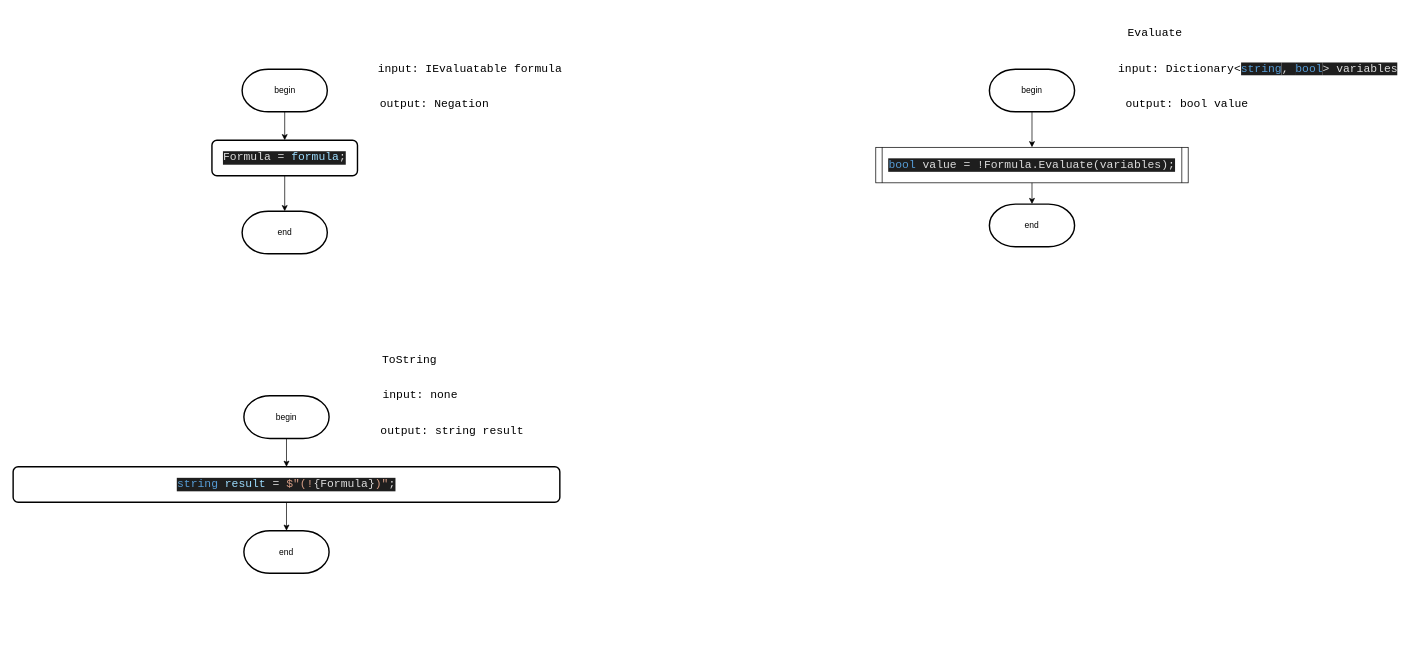
Above: Diagrams/negation.drawio in slavikovics/FictionalVariables (draw.io), before the change. Source tidied: cells renumbered, new cells numbered last; positions are measured from the earlier drawing's top-left corner, leaving out a move shared by most shapes. Both pictures are drawn from the tidied source at 71%, with x=0, y=0 at pixel (13, 12).
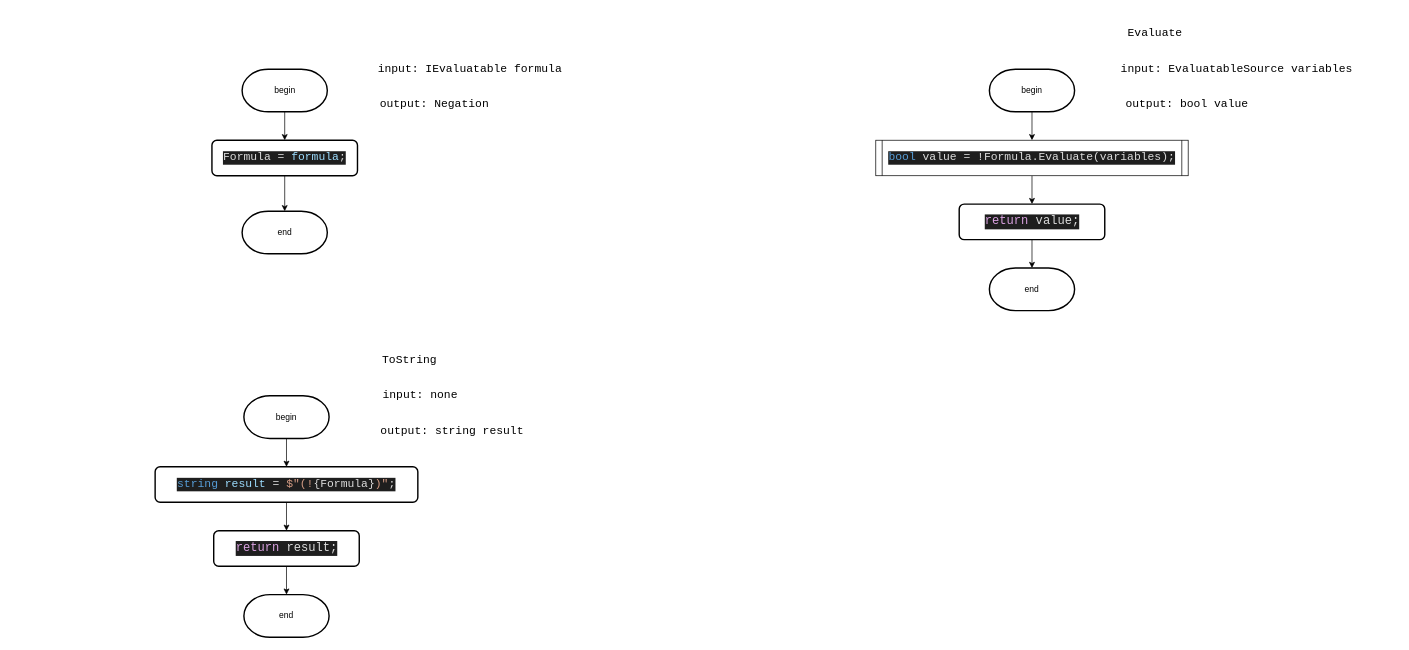
The same diagram, later.

The edit, as a diff of the source:
```diff
@@
-    <mxCell id="12" value="&lt;pre style=&quot;font-family: &amp;quot;JetBrains Mono&amp;quot;, monospace; font-size: 12pt;&quot;&gt;input: Dictionary&amp;lt;&lt;span style=&quot;font-size: 12pt; background-color: rgb(30, 30, 30); white-space-collapse: collapse; color: rgb(86, 156, 214);&quot;&gt;string&lt;/span&gt;&lt;span style=&quot;font-size: 12pt; background-color: rgb(30, 30, 30); color: rgb(220, 220, 220); white-space-collapse: collapse;&quot;&gt;, &lt;/span&gt;&lt;span style=&quot;font-size: 12pt; background-color: rgb(30, 30, 30); white-space-collapse: collapse; color: rgb(86, 156, 214);&quot;&gt;bool&lt;/span&gt;&lt;span style=&quot;font-size: 12pt; background-color: rgb(30, 30, 30); color: rgb(220, 220, 220); white-space-collapse: collapse;&quot;&gt;&amp;gt; variables&lt;/span&gt;&lt;/pre&gt;" style="text;html=1;align=center;verticalAlign=middle;strokeColor=none;fillColor=none;" parent="1" vertex="1">
-      <mxGeometry x="1562.5" y="50" width="380" height="60" as="geometry" />
+    <mxCell id="12" value="&lt;pre style=&quot;font-family: &amp;quot;JetBrains Mono&amp;quot;, monospace; font-size: 12pt;&quot;&gt;input: EvaluatableSource variables&lt;/pre&gt;" style="text;html=1;align=center;verticalAlign=middle;strokeColor=none;fillColor=none;" parent="1" vertex="1">
+      <mxGeometry x="1562.5" y="50" width="320" height="60" as="geometry" />
     </mxCell>
@@
     <mxCell id="14" value="end" style="strokeWidth=2;html=1;shape=mxgraph.flowchart.terminator;whiteSpace=wrap;" parent="1" vertex="1">
-      <mxGeometry x="1375" y="270" width="120" height="60" as="geometry" />
+      <mxGeometry x="1375" y="360" width="120" height="60" as="geometry" />
     </mxCell>
@@
+    <mxCell id="26" style="edgeStyle=orthogonalEdgeStyle;rounded=0;jettySize=auto;html=1;exitX=0.5;exitY=1;exitDx=0;exitDy=0;" parent="1" edge="1" source="18" target="31">
+      <mxGeometry relative="1" as="geometry" />
+    </mxCell>
     <mxCell id="18" value="&lt;div style=&quot;background-color: rgb(30, 30, 30); color: rgb(220, 220, 220);&quot;&gt;&lt;pre style=&quot;font-family:'JetBrains Mono',monospace;font-size:12.0pt;&quot;&gt;&lt;pre style=&quot;font-family:'JetBrains Mono',monospace;font-size:12.0pt;&quot;&gt;&lt;pre style=&quot;font-family:'JetBrains Mono',monospace;font-size:12.0pt;&quot;&gt;&lt;div&gt;&lt;pre style=&quot;font-family:'JetBrains Mono',monospace;font-size:12.0pt;&quot;&gt;&lt;span style=&quot;color:#569cd6;&quot;&gt;string &lt;/span&gt;&lt;span style=&quot;color:#9cdcfe;&quot;&gt;result &lt;/span&gt;= &lt;span style=&quot;color:#d69d85;&quot;&gt;$&quot;(!&lt;/span&gt;{Formula}&lt;span style=&quot;color:#d69d85;&quot;&gt;)&quot;&lt;/span&gt;;&lt;/pre&gt;&lt;/div&gt;&lt;/pre&gt;&lt;/pre&gt;&lt;/pre&gt;&lt;/div&gt;" style="rounded=1;whiteSpace=wrap;html=1;absoluteArcSize=1;arcSize=14;strokeWidth=2;" parent="1" vertex="1">
-      <mxGeometry y="640" width="770" height="50" as="geometry" />
+      <mxGeometry x="200" y="640" width="370" height="50" as="geometry" />
     </mxCell>
@@
     <mxCell id="21" value="end" style="strokeWidth=2;html=1;shape=mxgraph.flowchart.terminator;whiteSpace=wrap;" parent="1" vertex="1">
-      <mxGeometry x="325" y="730" width="120" height="60" as="geometry" />
+      <mxGeometry x="325" y="820" width="120" height="60" as="geometry" />
     </mxCell>
-    <mxCell id="22" style="edgeStyle=orthogonalEdgeStyle;rounded=0;jettySize=auto;html=1;exitX=0.5;exitY=1;exitDx=0;exitDy=0;entryX=0.5;entryY=0;entryDx=0;entryDy=0;entryPerimeter=0;" parent="1" edge="1" source="18" target="21">
-      <mxGeometry relative="1" as="geometry" />
-    </mxCell>
+    <mxCell id="27" style="edgeStyle=orthogonalEdgeStyle;rounded=0;jettySize=auto;html=1;exitX=0.5;exitY=1;exitDx=0;exitDy=0;" parent="1" edge="1" source="23" target="28">
+      <mxGeometry relative="1" as="geometry" />
+    </mxCell>
     <mxCell id="23" value="&lt;pre style=&quot;color: rgb(220, 220, 220); font-size: 12pt; background-color: rgb(30, 30, 30); font-family: &amp;quot;JetBrains Mono&amp;quot;, monospace;&quot;&gt;&lt;div&gt;&lt;pre style=&quot;font-family:'JetBrains Mono',monospace;font-size:12.0pt;&quot;&gt;&lt;span style=&quot;color:#569cd6;&quot;&gt;bool &lt;/span&gt;value = !Formula.Evaluate(variables);&lt;/pre&gt;&lt;/div&gt;&lt;/pre&gt;" style="shape=process;whiteSpace=wrap;html=1;backgroundOutline=1;size=0.0202020202020202;" parent="1" vertex="1">
-      <mxGeometry x="1215" y="190" width="440" height="50" as="geometry" />
+      <mxGeometry x="1215" y="180" width="440" height="50" as="geometry" />
     </mxCell>
-    <mxCell id="24" style="edgeStyle=orthogonalEdgeStyle;rounded=0;jettySize=auto;html=1;exitX=0.5;exitY=1;exitDx=0;exitDy=0;entryX=0.5;entryY=0;entryDx=0;entryDy=0;entryPerimeter=0;" parent="1" edge="1" source="23" target="14">
-      <mxGeometry relative="1" as="geometry" />
-    </mxCell>
@@
+    <mxCell id="28" value="&lt;div style=&quot;background-color:#1e1e1e;color:#dcdcdc&quot;&gt;&lt;pre style=&quot;font-family:'JetBrains Mono',monospace;font-size:12.0pt;&quot;&gt;&lt;pre style=&quot;font-family:'JetBrains Mono',monospace;font-size:12.0pt;&quot;&gt;&lt;div&gt;&lt;pre style=&quot;font-family:'JetBrains Mono',monospace;font-size:12.8pt;&quot;&gt;&lt;span style=&quot;color:#d8a0df;&quot;&gt;return &lt;/span&gt;value;&lt;/pre&gt;&lt;/div&gt;&lt;/pre&gt;&lt;/pre&gt;&lt;/div&gt;" style="rounded=1;whiteSpace=wrap;html=1;absoluteArcSize=1;arcSize=14;strokeWidth=2;" parent="1" vertex="1">
+      <mxGeometry x="1332.5" y="270" width="205" height="50" as="geometry" />
+    </mxCell>
+    <mxCell id="29" style="edgeStyle=orthogonalEdgeStyle;rounded=0;jettySize=auto;html=1;exitX=0.5;exitY=1;exitDx=0;exitDy=0;entryX=0.5;entryY=0;entryDx=0;entryDy=0;entryPerimeter=0;" parent="1" edge="1" source="28" target="14">
+      <mxGeometry relative="1" as="geometry" />
+    </mxCell>
+    <mxCell id="30" style="edgeStyle=orthogonalEdgeStyle;rounded=0;jettySize=auto;html=1;exitX=0.5;exitY=1;exitDx=0;exitDy=0;" parent="1" edge="1" source="31" target="21">
+      <mxGeometry relative="1" as="geometry" />
+    </mxCell>
+    <mxCell id="31" value="&lt;div style=&quot;background-color:#1e1e1e;color:#dcdcdc&quot;&gt;&lt;pre style=&quot;font-family:'JetBrains Mono',monospace;font-size:12.0pt;&quot;&gt;&lt;pre style=&quot;font-family:'JetBrains Mono',monospace;font-size:12.0pt;&quot;&gt;&lt;pre style=&quot;font-family:'JetBrains Mono',monospace;font-size:12.8pt;&quot;&gt;&lt;span style=&quot;color:#d8a0df;&quot;&gt;return &lt;/span&gt;result;&lt;br&gt;&lt;/pre&gt;&lt;/pre&gt;&lt;/pre&gt;&lt;/div&gt;" style="rounded=1;whiteSpace=wrap;html=1;absoluteArcSize=1;arcSize=14;strokeWidth=2;" parent="1" vertex="1">
+      <mxGeometry x="282.5" y="730" width="205" height="50" as="geometry" />
+    </mxCell>
```
